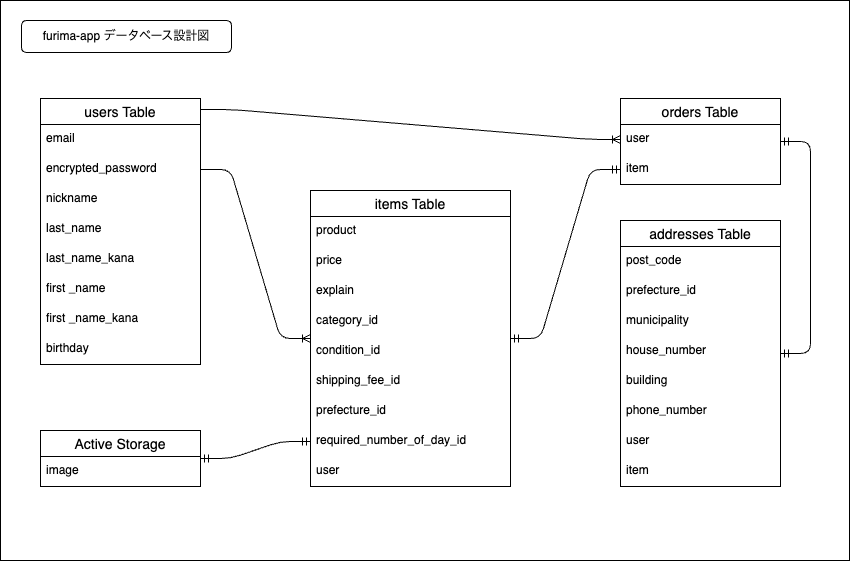
nagai-sho/furima-41496 keeps this draw.io diagram as データベース設計（ER図）.png. Above is the earlier version. Source tidied: cells renumbered, new cells last; positions are measured from the earlier drawing's top-left corner, leaving out a move shared by most shapes.
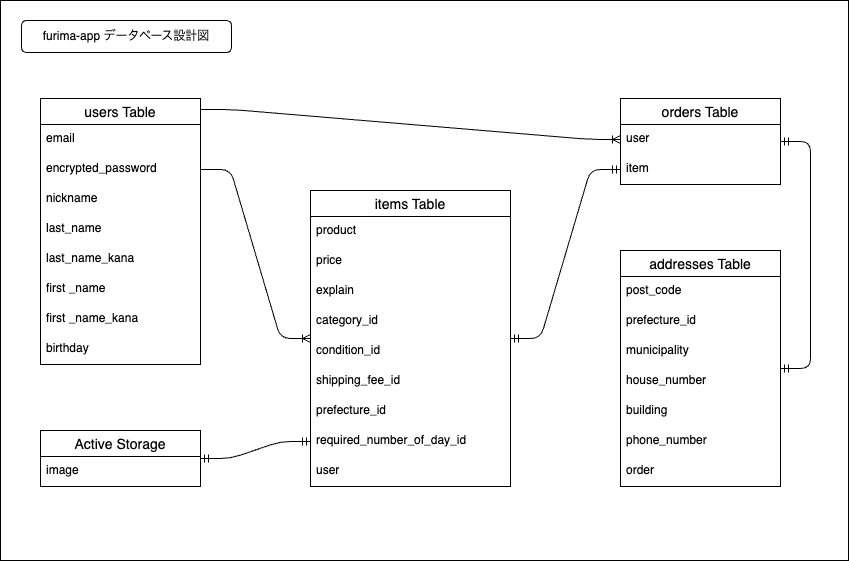
The same file after the commit.

The edit, as a diff of the source:
```diff
@@ -3,7 +3,7 @@
     <mxCell id="0" />
     <mxCell id="1" parent="0" />
     <mxCell id="2" style="rounded=0;whiteSpace=wrap;html=1;fillColor=none;labelBackgroundColor=none;" parent="1" vertex="1">
-      <mxGeometry width="849" height="560" as="geometry" />
+      <mxGeometry width="848" height="560" as="geometry" />
     </mxCell>
     <mxCell id="3" value="users Table" style="swimlane;fontStyle=0;horizontal=1;startSize=26;align=center;fontSize=14;" parent="1" vertex="1">
       <mxGeometry x="40" y="98" width="160" height="266" as="geometry" />
@@ -93,7 +93,7 @@
       <mxGeometry x="21" y="20" width="210" height="32" as="geometry" />
     </mxCell>
     <mxCell id="32" value="addresses Table" style="swimlane;fontStyle=0;horizontal=1;startSize=26;align=center;fontSize=14;" parent="1" vertex="1">
-      <mxGeometry x="620" y="220" width="160" height="266" as="geometry" />
+      <mxGeometry x="620" y="250" width="160" height="236" as="geometry" />
     </mxCell>
     <mxCell id="33" value="post_code" style="text;strokeColor=none;fillColor=none;spacingLeft=4;spacingRight=4;overflow=hidden;fontSize=12;" parent="32" vertex="1">
       <mxGeometry y="26" width="160" height="30" as="geometry" />
@@ -113,12 +113,9 @@
     <mxCell id="38" value="phone_number" style="text;strokeColor=none;fillColor=none;spacingLeft=4;spacingRight=4;overflow=hidden;fontSize=12;" parent="32" vertex="1">
       <mxGeometry y="176" width="160" height="30" as="geometry" />
     </mxCell>
-    <mxCell id="39" value="user" style="text;strokeColor=none;fillColor=none;spacingLeft=4;spacingRight=4;overflow=hidden;fontSize=12;" parent="32" vertex="1">
+    <mxCell id="39" value="order" style="text;strokeColor=none;fillColor=none;spacingLeft=4;spacingRight=4;overflow=hidden;fontSize=12;" parent="32" vertex="1">
       <mxGeometry y="206" width="160" height="30" as="geometry" />
     </mxCell>
-    <mxCell id="40" value="item" style="text;strokeColor=none;fillColor=none;spacingLeft=4;spacingRight=4;overflow=hidden;fontSize=12;" parent="32" vertex="1">
-      <mxGeometry y="236" width="160" height="30" as="geometry" />
-    </mxCell>
     <mxCell id="41" style="edgeStyle=entityRelationEdgeStyle;fontSize=12;html=1;endArrow=ERmandOne;startArrow=ERmandOne;" parent="1" edge="1" source="32" target="22">
       <mxGeometry relative="1" as="geometry" />
     </mxCell>
```
